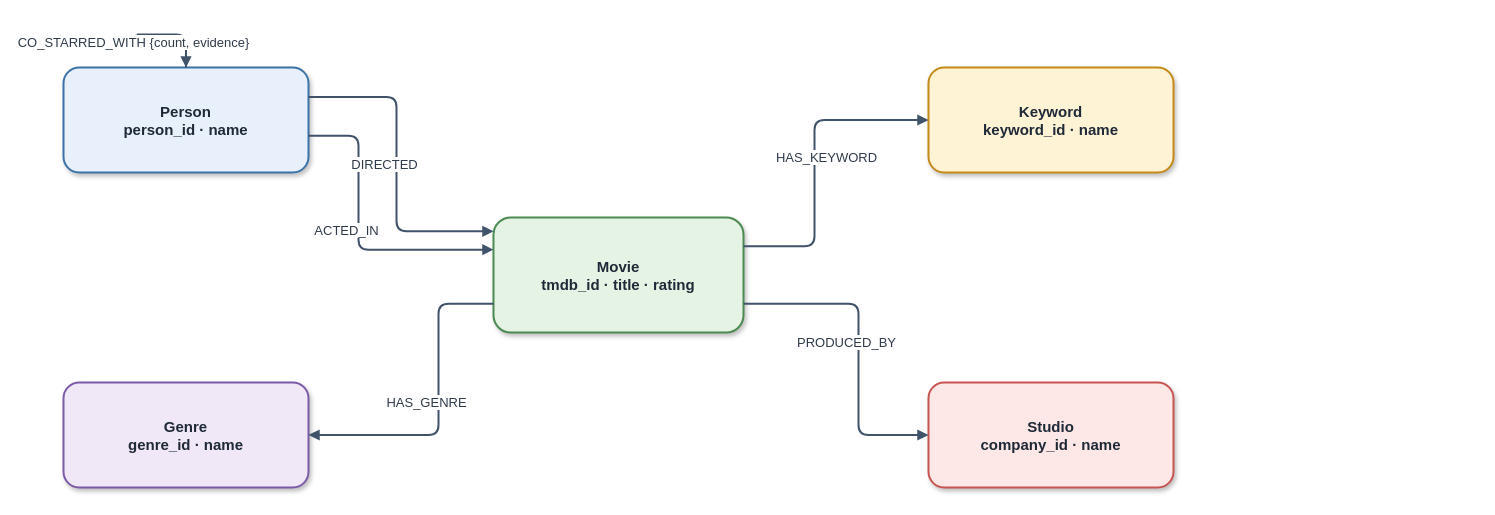
Earlier version of the draw.io diagram report_latex/images/sources/property_graph_schema.drawio (khanhhk/advanced_database). Source tidied: cells renumbered, new cells numbered last; positions are measured from the earlier drawing's top-left corner, leaving out a move shared by most shapes. Both pictures are drawn from the tidied source at 100%, with x=0, y=0 at pixel (63, 34).
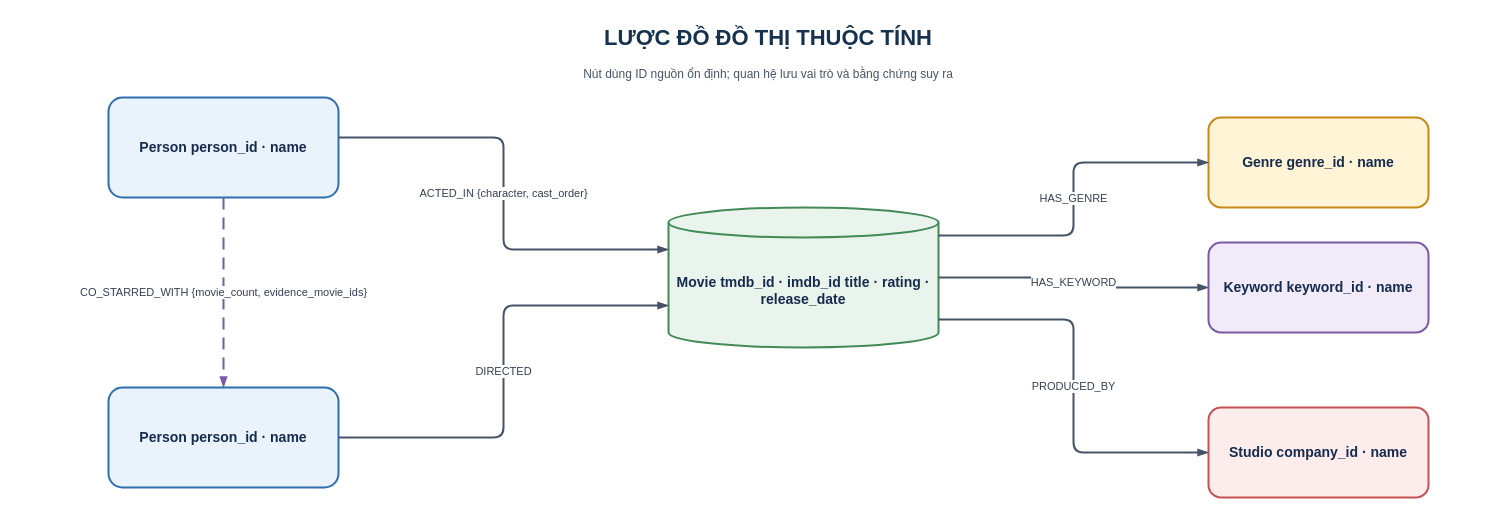
Above is the later version.

Diff of the diagram source:
```diff
@@
-<mxGraphModel>
+<mxGraphModel background="#FFFFFF">
@@
+    <mxCell id="13" value="LƯỢC ĐỒ ĐỒ THỊ THUỘC TÍNH" style="text;html=1;whiteSpace=wrap;align=center;verticalAlign=middle;fontFamily=Helvetica;fontSize=22;fontColor=#16324F;fontStyle=1;" parent="1" vertex="1">
+      <mxGeometry x="-5" y="-17" width="1420" height="42" as="geometry" />
+    </mxCell>
+    <mxCell id="14" value="Nút dùng ID nguồn ổn định; quan hệ lưu vai trò và bằng chứng suy ra" style="text;html=1;whiteSpace=wrap;align=center;verticalAlign=middle;fontFamily=Helvetica;fontSize=12;fontColor=#475467;" parent="1" vertex="1">
+      <mxGeometry x="-5" y="25" width="1420" height="30" as="geometry" />
+    </mxCell>
-    <mxCell id="2" value="Movie&#10;tmdb_id · title · rating" style="rounded=1;whiteSpace=wrap;html=1;fillColor=#E5F3E5;strokeColor=#4D8B52;strokeWidth=2;fontSize=15;fontColor=#1F2937;fontStyle=1;spacing=8;shadow=1;" parent="1" vertex="1">
-      <mxGeometry x="430" y="183" width="250" height="115" as="geometry" />
+    <mxCell id="2" value="Movie tmdb_id · imdb_id title · rating · release_date" style="shape=cylinder3;boundedLbl=1;whiteSpace=wrap;html=1;align=center;verticalAlign=middle;spacing=8;fontFamily=Helvetica;fontSize=14;fontColor=#172B4D;fillColor=#E9F5EC;strokeColor=#438A57;strokeWidth=2;fontStyle=1;" parent="1" vertex="1">
+      <mxGeometry x="605" y="173" width="270" height="140" as="geometry" />
     </mxCell>
-    <mxCell id="3" value="Person&#10;person_id · name" style="rounded=1;whiteSpace=wrap;html=1;fillColor=#E8F1FB;strokeColor=#3B73A8;strokeWidth=2;fontSize=15;fontColor=#1F2937;fontStyle=1;spacing=8;shadow=1;" parent="1" vertex="1">
-      <mxGeometry y="33" width="245" height="105" as="geometry" />
+    <mxCell id="3" value="Person person_id · name" style="rounded=1;arcSize=14;whiteSpace=wrap;html=1;align=center;verticalAlign=middle;spacing=8;fontFamily=Helvetica;fontSize=14;fontColor=#172B4D;fillColor=#EAF2FB;strokeColor=#2F6FAE;strokeWidth=2;fontStyle=1;" parent="1" vertex="1">
+      <mxGeometry x="45" y="63" width="230" height="100" as="geometry" />
     </mxCell>
+    <mxCell id="15" value="Person person_id · name" style="rounded=1;arcSize=14;whiteSpace=wrap;html=1;align=center;verticalAlign=middle;spacing=8;fontFamily=Helvetica;fontSize=14;fontColor=#172B4D;fillColor=#EAF2FB;strokeColor=#2F6FAE;strokeWidth=2;fontStyle=1;" parent="1" vertex="1">
+      <mxGeometry x="45" y="353" width="230" height="100" as="geometry" />
+    </mxCell>
-    <mxCell id="4" value="Genre&#10;genre_id · name" style="rounded=1;whiteSpace=wrap;html=1;fillColor=#F0E8F7;strokeColor=#7B5AA6;strokeWidth=2;fontSize=15;fontColor=#1F2937;fontStyle=1;spacing=8;shadow=1;" parent="1" vertex="1">
-      <mxGeometry y="348" width="245" height="105" as="geometry" />
+    <mxCell id="4" value="Genre genre_id · name" style="rounded=1;arcSize=14;whiteSpace=wrap;html=1;align=center;verticalAlign=middle;spacing=8;fontFamily=Helvetica;fontSize=14;fontColor=#172B4D;fillColor=#FFF4D6;strokeColor=#C58A16;strokeWidth=2;fontStyle=1;" parent="1" vertex="1">
+      <mxGeometry x="1145" y="83" width="220" height="90" as="geometry" />
     </mxCell>
-    <mxCell id="5" value="Keyword&#10;keyword_id · name" style="rounded=1;whiteSpace=wrap;html=1;fillColor=#FFF3D6;strokeColor=#C58A18;strokeWidth=2;fontSize=15;fontColor=#1F2937;fontStyle=1;spacing=8;shadow=1;" parent="1" vertex="1">
-      <mxGeometry x="865" y="33" width="245" height="105" as="geometry" />
+    <mxCell id="5" value="Keyword keyword_id · name" style="rounded=1;arcSize=14;whiteSpace=wrap;html=1;align=center;verticalAlign=middle;spacing=8;fontFamily=Helvetica;fontSize=14;fontColor=#172B4D;fillColor=#F1EAF8;strokeColor=#7A5AA6;strokeWidth=2;fontStyle=1;" parent="1" vertex="1">
+      <mxGeometry x="1145" y="208" width="220" height="90" as="geometry" />
     </mxCell>
-    <mxCell id="6" value="Studio&#10;company_id · name" style="rounded=1;whiteSpace=wrap;html=1;fillColor=#FDE8E7;strokeColor=#C85452;strokeWidth=2;fontSize=15;fontColor=#1F2937;fontStyle=1;spacing=8;shadow=1;" parent="1" vertex="1">
-      <mxGeometry x="865" y="348" width="245" height="105" as="geometry" />
+    <mxCell id="6" value="Studio company_id · name" style="rounded=1;arcSize=14;whiteSpace=wrap;html=1;align=center;verticalAlign=middle;spacing=8;fontFamily=Helvetica;fontSize=14;fontColor=#172B4D;fillColor=#FDECEC;strokeColor=#C65353;strokeWidth=2;fontStyle=1;" parent="1" vertex="1">
+      <mxGeometry x="1145" y="373" width="220" height="90" as="geometry" />
     </mxCell>
-    <mxCell id="7" value="ACTED_IN" style="edgeStyle=orthogonalEdgeStyle;rounded=1;jettySize=auto;html=1;endArrow=block;endFill=1;strokeColor=#40536B;strokeWidth=2;fontSize=13;fontColor=#2F3B4A;labelBackgroundColor=#FFFFFF;spacingBottom=8;exitX=1;exitY=0.65;exitDx=0;exitDy=0;entryX=0;entryY=0.28;entryDx=0;entryDy=0;" parent="1" edge="1" source="3" target="2">
-      <mxGeometry y="-12" relative="1" as="geometry">
-        <Array as="points">
-          <mxPoint x="295" y="101" />
-          <mxPoint x="295" y="215" />
-        </Array>
-      </mxGeometry>
+    <mxCell id="7" value="ACTED_IN {character, cast_order}" style="edgeStyle=orthogonalEdgeStyle;rounded=1;jettySize=auto;html=1;strokeColor=#475467;strokeWidth=2;endArrow=blockThin;endFill=1;fontFamily=Helvetica;fontSize=11;fontColor=#344054;labelBackgroundColor=#FFFFFF;exitX=1;exitY=0.4;exitDx=0;exitDy=0;entryX=0;entryY=0.3;entryDx=0;entryDy=0;" parent="1" edge="1" source="3" target="2">
+      <mxGeometry relative="1" as="geometry" />
     </mxCell>
-    <mxCell id="8" value="DIRECTED" style="edgeStyle=orthogonalEdgeStyle;rounded=1;jettySize=auto;html=1;endArrow=block;endFill=1;strokeColor=#40536B;strokeWidth=2;fontSize=13;fontColor=#2F3B4A;labelBackgroundColor=#FFFFFF;spacingBottom=8;exitX=1;exitY=0.28;exitDx=0;exitDy=0;entryX=0;entryY=0.12;entryDx=0;entryDy=0;" parent="1" edge="1" source="3" target="2">
-      <mxGeometry y="-12" relative="1" as="geometry">
-        <Array as="points">
-          <mxPoint x="333" y="62" />
-          <mxPoint x="333" y="197" />
-        </Array>
-      </mxGeometry>
+    <mxCell id="8" value="DIRECTED" style="edgeStyle=orthogonalEdgeStyle;rounded=1;jettySize=auto;html=1;strokeColor=#475467;strokeWidth=2;endArrow=blockThin;endFill=1;fontFamily=Helvetica;fontSize=11;fontColor=#344054;labelBackgroundColor=#FFFFFF;exitX=1;exitY=0.5;exitDx=0;exitDy=0;entryX=0;entryY=0.7;entryDx=0;entryDy=0;" parent="1" edge="1" source="15" target="2">
+      <mxGeometry relative="1" as="geometry" />
     </mxCell>
-    <mxCell id="9" value="HAS_GENRE" style="edgeStyle=orthogonalEdgeStyle;rounded=1;jettySize=auto;html=1;endArrow=block;endFill=1;strokeColor=#40536B;strokeWidth=2;fontSize=13;fontColor=#2F3B4A;labelBackgroundColor=#FFFFFF;spacingBottom=8;exitX=0;exitY=0.75;exitDx=0;exitDy=0;entryX=1;entryY=0.5;entryDx=0;entryDy=0;" parent="1" edge="1" source="2" target="4">
-      <mxGeometry y="-12" relative="1" as="geometry">
-        <Array as="points">
-          <mxPoint x="375" y="269" />
-          <mxPoint x="375" y="401" />
-        </Array>
-      </mxGeometry>
+    <mxCell id="9" value="HAS_GENRE" style="edgeStyle=orthogonalEdgeStyle;rounded=1;jettySize=auto;html=1;strokeColor=#475467;strokeWidth=2;endArrow=blockThin;endFill=1;fontFamily=Helvetica;fontSize=11;fontColor=#344054;labelBackgroundColor=#FFFFFF;exitX=1;exitY=0.2;exitDx=0;exitDy=0;entryX=0;entryY=0.5;entryDx=0;entryDy=0;" parent="1" edge="1" source="2" target="4">
+      <mxGeometry relative="1" as="geometry" />
     </mxCell>
-    <mxCell id="10" value="HAS_KEYWORD" style="edgeStyle=orthogonalEdgeStyle;rounded=1;jettySize=auto;html=1;endArrow=block;endFill=1;strokeColor=#40536B;strokeWidth=2;fontSize=13;fontColor=#2F3B4A;labelBackgroundColor=#FFFFFF;spacingBottom=8;exitX=1;exitY=0.25;exitDx=0;exitDy=0;entryX=0;entryY=0.5;entryDx=0;entryDy=0;" parent="1" edge="1" source="2" target="5">
-      <mxGeometry y="-12" relative="1" as="geometry">
-        <Array as="points">
-          <mxPoint x="751" y="212" />
-          <mxPoint x="751" y="85" />
-        </Array>
-      </mxGeometry>
+    <mxCell id="10" value="HAS_KEYWORD" style="edgeStyle=orthogonalEdgeStyle;rounded=1;jettySize=auto;html=1;strokeColor=#475467;strokeWidth=2;endArrow=blockThin;endFill=1;fontFamily=Helvetica;fontSize=11;fontColor=#344054;labelBackgroundColor=#FFFFFF;exitX=1;exitY=0.5;exitDx=0;exitDy=0;entryX=0;entryY=0.5;entryDx=0;entryDy=0;" parent="1" edge="1" source="2" target="5">
+      <mxGeometry relative="1" as="geometry" />
     </mxCell>
-    <mxCell id="11" value="PRODUCED_BY" style="edgeStyle=orthogonalEdgeStyle;rounded=1;jettySize=auto;html=1;endArrow=block;endFill=1;strokeColor=#40536B;strokeWidth=2;fontSize=13;fontColor=#2F3B4A;labelBackgroundColor=#FFFFFF;spacingBottom=8;exitX=1;exitY=0.75;exitDx=0;exitDy=0;entryX=0;entryY=0.5;entryDx=0;entryDy=0;" parent="1" edge="1" source="2" target="6">
-      <mxGeometry y="-12" relative="1" as="geometry">
-        <Array as="points">
-          <mxPoint x="795" y="269" />
-          <mxPoint x="795" y="401" />
-        </Array>
-      </mxGeometry>
+    <mxCell id="11" value="PRODUCED_BY" style="edgeStyle=orthogonalEdgeStyle;rounded=1;jettySize=auto;html=1;strokeColor=#475467;strokeWidth=2;endArrow=blockThin;endFill=1;fontFamily=Helvetica;fontSize=11;fontColor=#344054;labelBackgroundColor=#FFFFFF;exitX=1;exitY=0.8;exitDx=0;exitDy=0;entryX=0;entryY=0.5;entryDx=0;entryDy=0;" parent="1" edge="1" source="2" target="6">
+      <mxGeometry relative="1" as="geometry" />
     </mxCell>
-    <mxCell id="12" value="CO_STARRED_WITH {count, evidence}" style="edgeStyle=orthogonalEdgeStyle;rounded=1;orthogonalLoop=1;jettySize=auto;html=1;endArrow=block;endFill=1;strokeColor=#40536B;strokeWidth=2;fontSize=13;fontColor=#2F3B4A;labelBackgroundColor=#FFFFFF;spacingBottom=8;exitX=0.5;exitY=0;exitDx=0;exitDy=0;entryX=0.5;entryY=0;entryDx=0;entryDy=0;" parent="1" edge="1" source="3" target="3">
-      <mxGeometry y="-12" relative="1" as="geometry">
-        <Array as="points">
-          <mxPoint x="69" />
-          <mxPoint x="176" />
-        </Array>
-      </mxGeometry>
+    <mxCell id="12" value="CO_STARRED_WITH {movie_count, evidence_movie_ids}" style="edgeStyle=orthogonalEdgeStyle;rounded=1;jettySize=auto;html=1;strokeColor=#7A5AA6;strokeWidth=2;endArrow=blockThin;endFill=1;fontFamily=Helvetica;fontSize=11;fontColor=#344054;labelBackgroundColor=#FFFFFF;exitX=0.5;exitY=1;exitDx=0;exitDy=0;entryX=0.5;entryY=0;entryDx=0;entryDy=0;dashed=1;dashPattern=6 4;" parent="1" edge="1" source="3" target="15">
+      <mxGeometry relative="1" as="geometry" />
     </mxCell>
```
